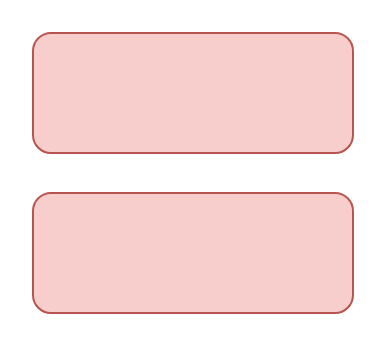
aaronsteers/aj-dataops-personal keeps this draw.io diagram as output/Untitled Diagram.drawio. Above is the earlier version. Source tidied: cells renumbered, new cells numbered last; positions are measured from the earlier drawing's top-left corner, leaving out a move shared by most shapes. Both pictures are drawn from the tidied source at 200%, with x=0, y=0 at pixel (32, 32).
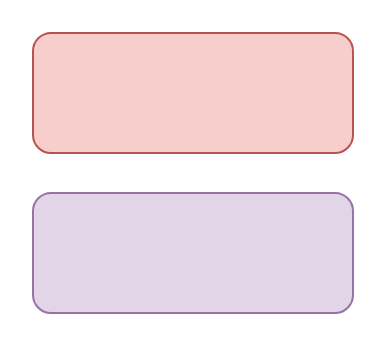
After the change.

Commit message:
change color of 2nd shape

Diff of the diagram source:
```diff
@@
 <mxGraphModel>
   <root>
     <mxCell id="0" />
     <mxCell id="1" parent="0" />
     <mxCell id="2" style="rounded=1;whiteSpace=wrap;html=1;fillColor=#f8cecc;strokeColor=#b85450;" parent="1" vertex="1">
       <mxGeometry width="160" height="60" as="geometry" />
     </mxCell>
-    <mxCell id="3" style="rounded=1;whiteSpace=wrap;html=1;fillColor=#f8cecc;strokeColor=#b85450;" parent="1" vertex="1">
+    <mxCell id="3" style="rounded=1;whiteSpace=wrap;html=1;fillColor=#e1d5e7;strokeColor=#9673a6;" parent="1" vertex="1">
       <mxGeometry y="80" width="160" height="60" as="geometry" />
     </mxCell>
   </root>
 </mxGraphModel>
```
